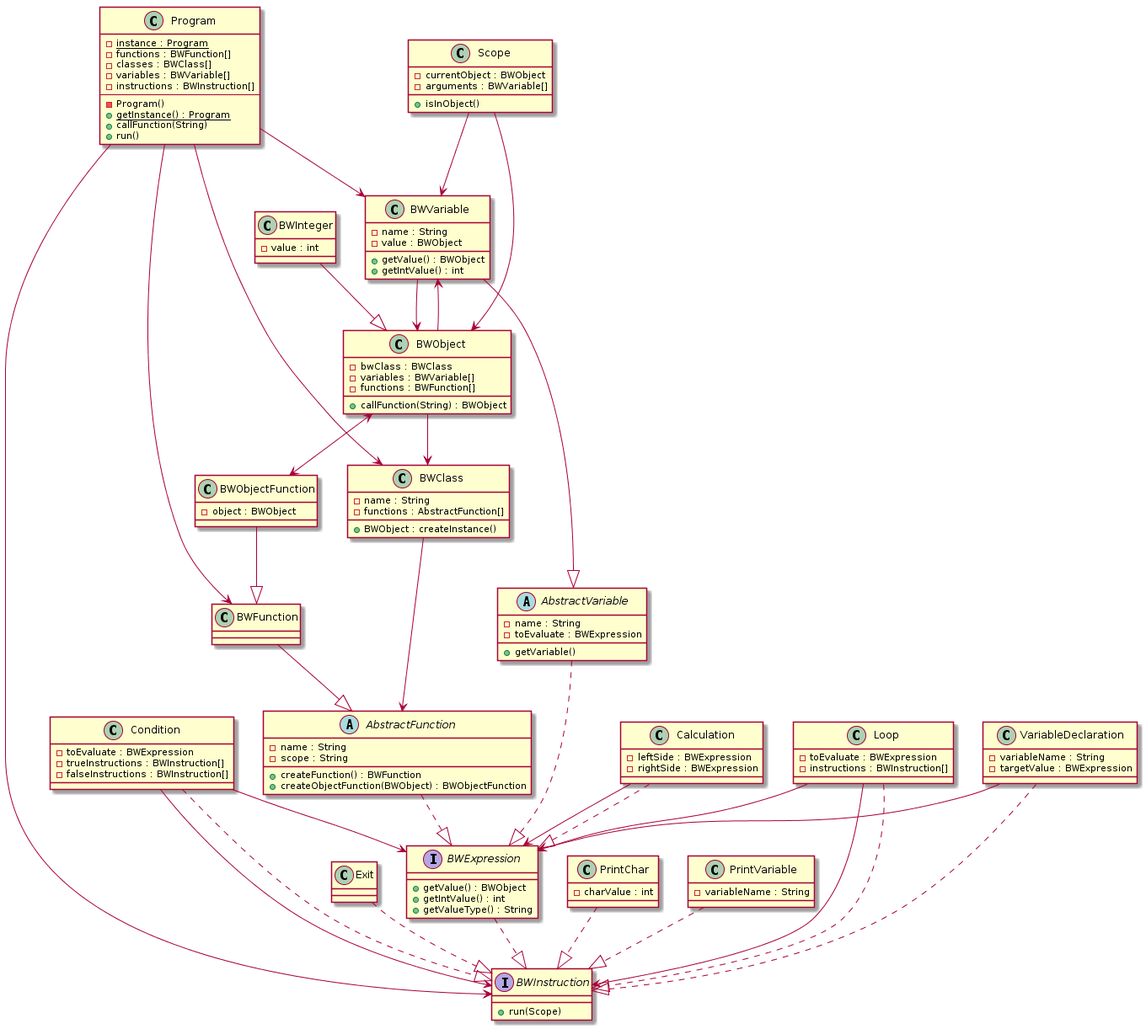
Above: doc/uml/complete.png in Dedda/bratwurst (PlantUML), before the change.
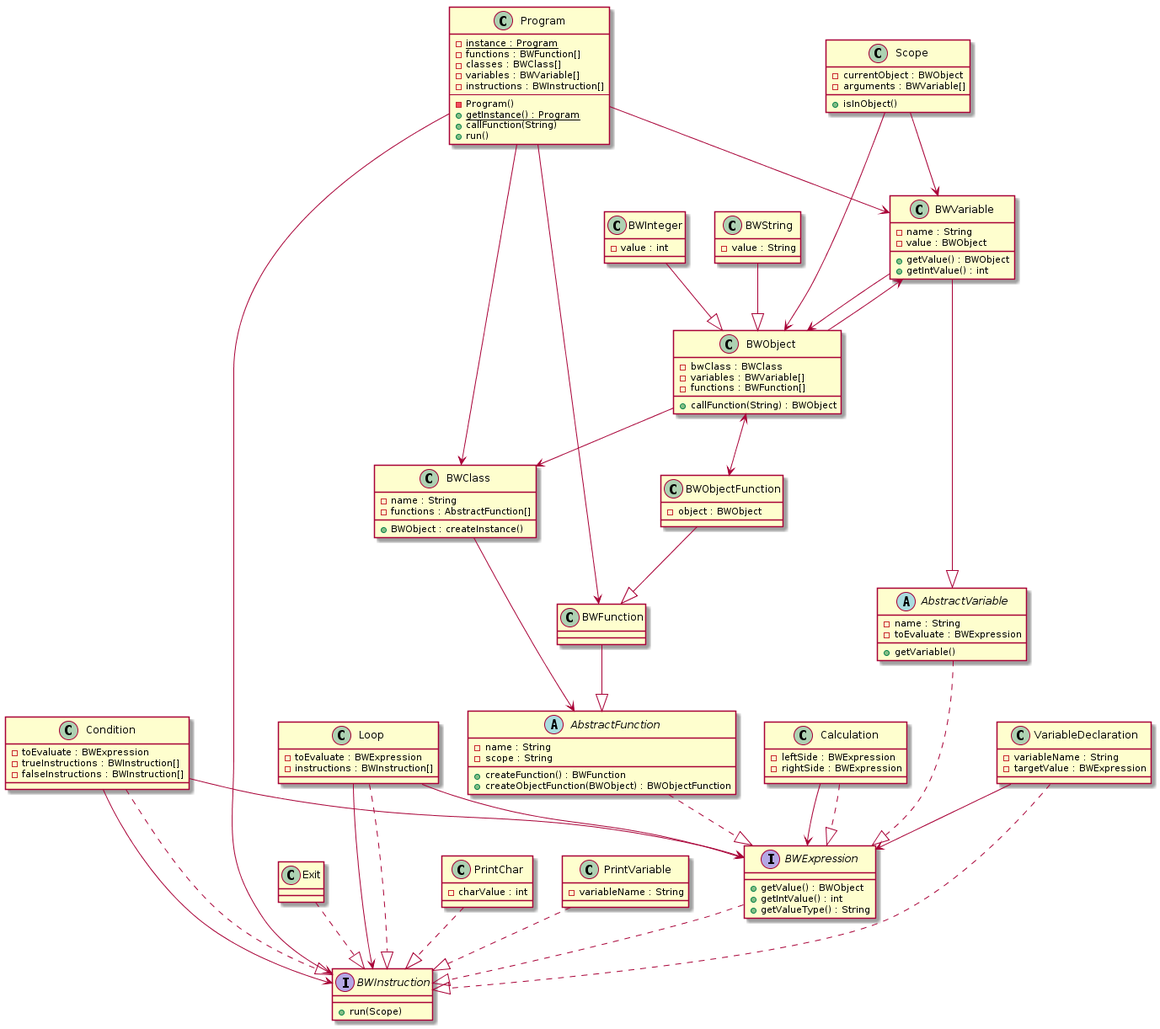
After the commit.

Diff of the diagram source:
```diff
@@ -37,6 +37,9 @@
 }
 class BWObjectFunction {
     - object : BWObject
+}
+class BWString {
+    - value : String
 }
 class BWVariable {
     - name : String
@@ -120,6 +123,7 @@
 AbstractVariable ..|> BWExpression
 BWVariable --|> AbstractVariable
 BWInteger --|> BWObject
+BWString --|> BWObject
 
 Calculation ..|> BWExpression
 
```
